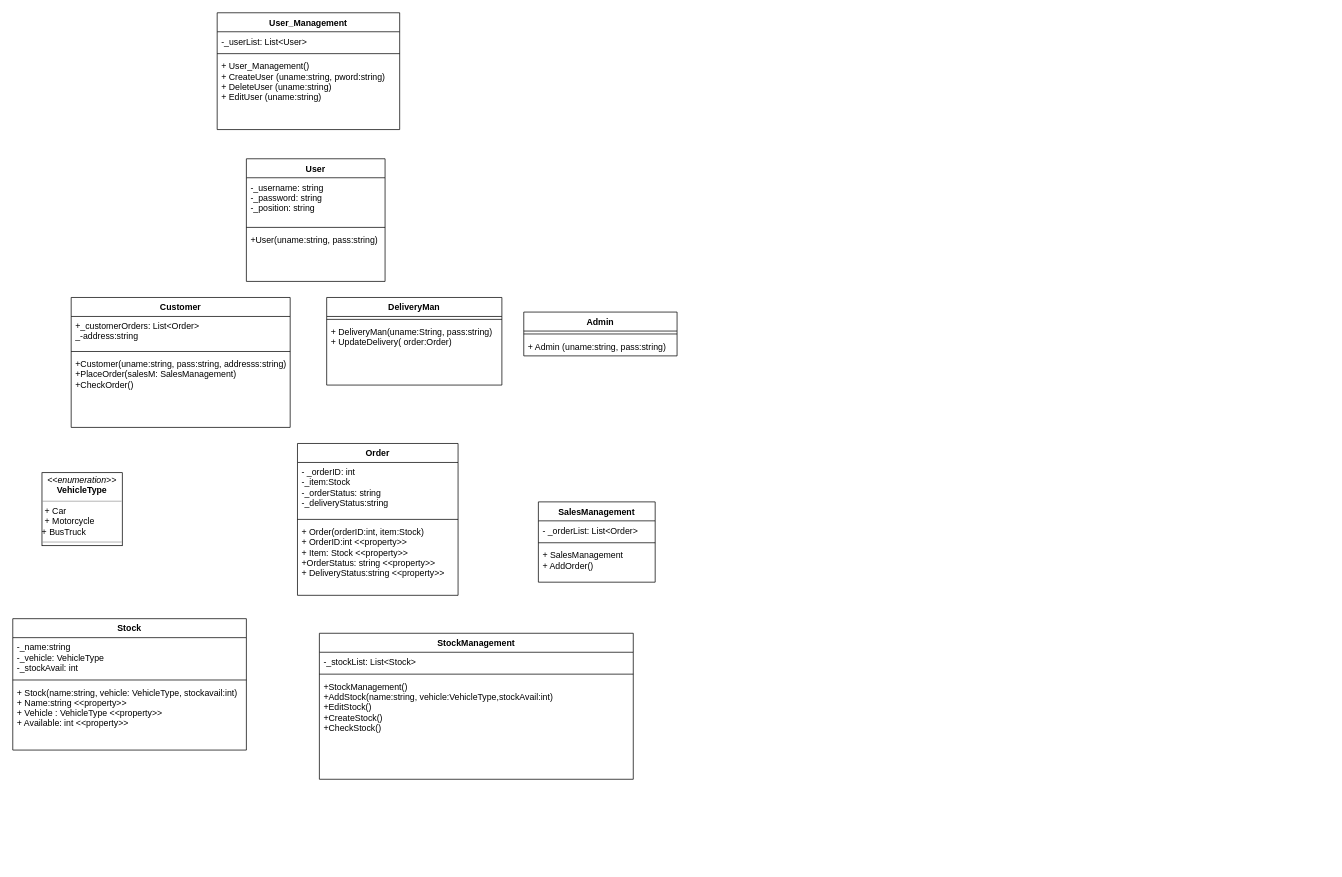
Above: PassTask13.drawio in LastMinuteBanter/DistinctionTaskUML (draw.io), before the change. Source tidied: cells renumbered, new cells numbered last; positions are measured from the earlier drawing's top-left corner, leaving out a move shared by most shapes. Both pictures are drawn from the tidied source at 73%, with x=0, y=0 at pixel (12, 12).
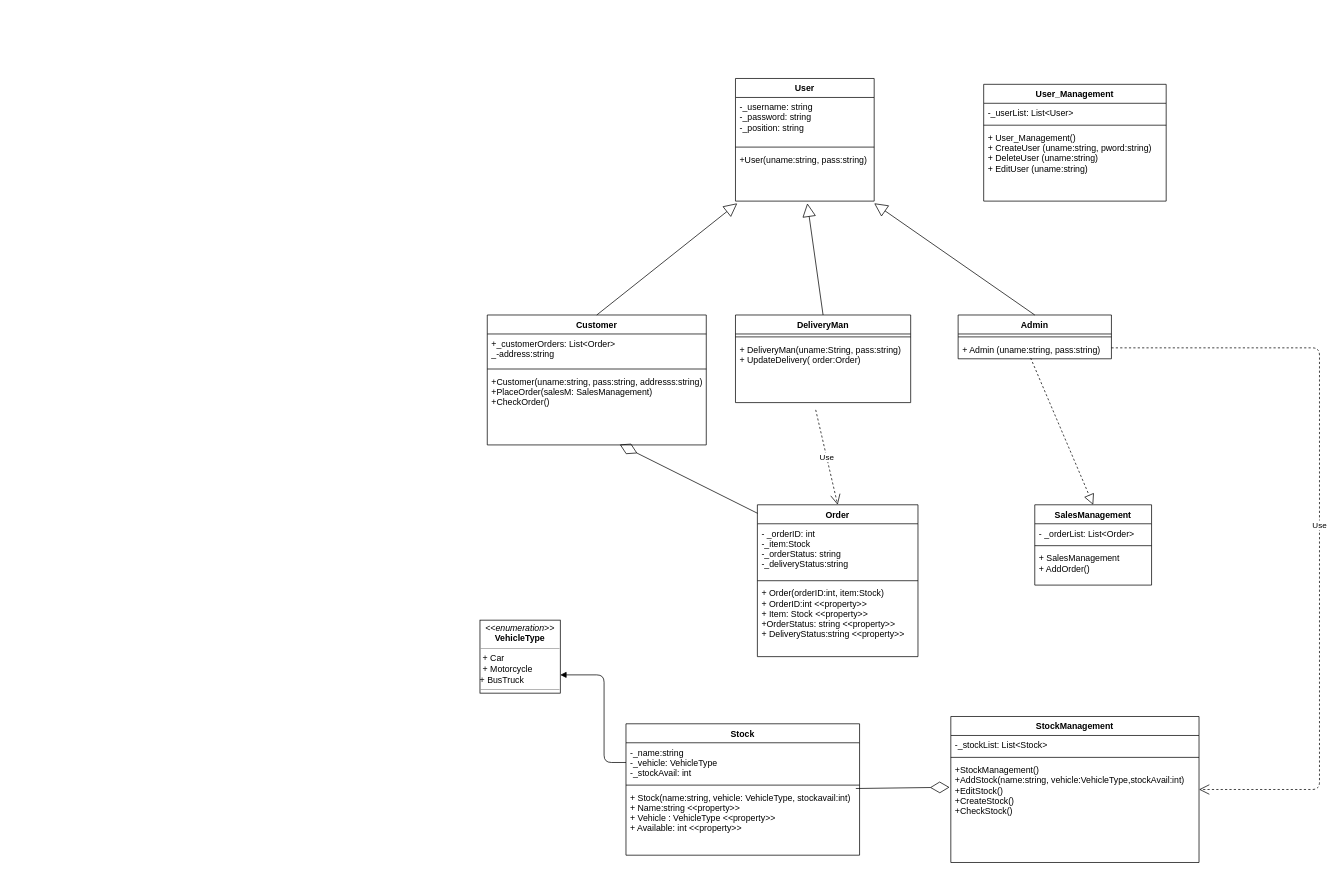
The same diagram, later.

Unchanged cells that the change refers to:
```xml
<mxCell id="9" value="+User(uname:string, pass:string)" style="text;strokeColor=none;fillColor=none;align=left;verticalAlign=top;spacingLeft=4;spacingRight=4;overflow=hidden;points=[[0,0.5],[1,0.5]];portConstraint=eastwest;" parent="6" vertex="1">
  <mxGeometry y="98" width="190" height="70" as="geometry" />
</mxCell>
<mxCell id="13" value="+Customer(uname:string, pass:string, addresss:string)&#10;+PlaceOrder(salesM: SalesManagement)&#10;+CheckOrder()&#10;" style="text;strokeColor=none;fillColor=none;align=left;verticalAlign=top;spacingLeft=4;spacingRight=4;overflow=hidden;points=[[0,0.5],[1,0.5]];portConstraint=eastwest;" parent="10" vertex="1">
  <mxGeometry y="78" width="300" height="100" as="geometry" />
</mxCell>
<mxCell id="16" value="+ DeliveryMan(uname:String, pass:string)&#10;+ UpdateDelivery( order:Order)&#10;" style="text;strokeColor=none;fillColor=none;align=left;verticalAlign=top;spacingLeft=4;spacingRight=4;overflow=hidden;points=[[0,0.5],[1,0.5]];portConstraint=eastwest;" parent="14" vertex="1">
  <mxGeometry y="34" width="240" height="86" as="geometry" />
</mxCell>
<mxCell id="19" value="+ Admin (uname:string, pass:string)" style="text;strokeColor=none;fillColor=none;align=left;verticalAlign=top;spacingLeft=4;spacingRight=4;overflow=hidden;points=[[0,0.5],[1,0.5]];portConstraint=eastwest;" parent="17" vertex="1">
  <mxGeometry y="34" width="210" height="26" as="geometry" />
</mxCell>
<mxCell id="29" value="-_name:string&#10;-_vehicle: VehicleType&#10;-_stockAvail: int&#10;" style="text;strokeColor=none;fillColor=none;align=left;verticalAlign=top;spacingLeft=4;spacingRight=4;overflow=hidden;points=[[0,0.5],[1,0.5]];portConstraint=eastwest;" parent="28" vertex="1">
  <mxGeometry y="26" width="320" height="54" as="geometry" />
</mxCell>
<mxCell id="31" value="+ Stock(name:string, vehicle: VehicleType, stockavail:int)&#10;+ Name:string &lt;&lt;property&gt;&gt;&#10;+ Vehicle : VehicleType &lt;&lt;property&gt;&gt;&#10;+ Available: int &lt;&lt;property&gt;&gt;&#10;" style="text;strokeColor=none;fillColor=none;align=left;verticalAlign=top;spacingLeft=4;spacingRight=4;overflow=hidden;points=[[0,0.5],[1,0.5]];portConstraint=eastwest;" parent="28" vertex="1">
  <mxGeometry y="88" width="320" height="92" as="geometry" />
</mxCell>
```

The edit, as a diff of the source:
```diff
@@
     <mxCell id="2" value="User_Management" style="swimlane;fontStyle=1;align=center;verticalAlign=top;horizontal=1;startSize=26;" parent="1" vertex="1">
-      <mxGeometry x="280" width="250" height="160" as="geometry" />
+      <mxGeometry x="1330" y="98" width="250" height="160" as="geometry" />
     </mxCell>
@@
     <mxCell id="6" value="User" style="swimlane;fontStyle=1;align=center;verticalAlign=top;horizontal=1;startSize=26;" parent="1" vertex="1">
-      <mxGeometry x="320" y="200" width="190" height="168" as="geometry" />
+      <mxGeometry x="990" y="90" width="190" height="168" as="geometry" />
     </mxCell>
@@
     <mxCell id="10" value="Customer" style="swimlane;fontStyle=1;align=center;verticalAlign=top;horizontal=1;startSize=26;" parent="1" vertex="1">
-      <mxGeometry x="80" y="390" width="300" height="178" as="geometry" />
+      <mxGeometry x="650" y="414" width="300" height="178" as="geometry" />
     </mxCell>
@@
     <mxCell id="14" value="DeliveryMan" style="swimlane;fontStyle=1;align=center;verticalAlign=top;horizontal=1;startSize=26;" parent="1" vertex="1">
-      <mxGeometry x="430" y="390" width="240" height="120" as="geometry" />
+      <mxGeometry x="990" y="414" width="240" height="120" as="geometry" />
     </mxCell>
@@
     <mxCell id="17" value="Admin" style="swimlane;fontStyle=1;align=center;verticalAlign=top;horizontal=1;startSize=26;" parent="1" vertex="1">
-      <mxGeometry x="700" y="410" width="210" height="60" as="geometry" />
+      <mxGeometry x="1295" y="414" width="210" height="60" as="geometry" />
     </mxCell>
@@
     <mxCell id="20" value="Order" style="swimlane;fontStyle=1;align=center;verticalAlign=top;horizontal=1;startSize=26;" parent="1" vertex="1">
-      <mxGeometry x="390" y="590" width="220" height="208" as="geometry" />
+      <mxGeometry x="1020" y="674" width="220" height="208" as="geometry" />
     </mxCell>
@@
     <mxCell id="24" value="SalesManagement" style="swimlane;fontStyle=1;align=center;verticalAlign=top;horizontal=1;startSize=26;" parent="1" vertex="1">
-      <mxGeometry x="720" y="670" width="160" height="110" as="geometry" />
+      <mxGeometry x="1400" y="674" width="160" height="110" as="geometry" />
     </mxCell>
@@
     <mxCell id="28" value="Stock" style="swimlane;fontStyle=1;align=center;verticalAlign=top;horizontal=1;startSize=26;" parent="1" vertex="1">
-      <mxGeometry y="830" width="320" height="180" as="geometry" />
+      <mxGeometry x="840" y="974" width="320" height="180" as="geometry" />
     </mxCell>
@@
     <mxCell id="32" value="StockManagement" style="swimlane;fontStyle=1;align=center;verticalAlign=top;horizontal=1;startSize=26;" parent="1" vertex="1">
-      <mxGeometry x="420" y="850" width="430" height="200" as="geometry" />
+      <mxGeometry x="1285" y="964" width="340" height="200" as="geometry" />
     </mxCell>
     <mxCell id="33" value="-_stockList: List&lt;Stock&gt;" style="text;strokeColor=none;fillColor=none;align=left;verticalAlign=top;spacingLeft=4;spacingRight=4;overflow=hidden;" parent="32" vertex="1">
-      <mxGeometry y="26" width="430" height="26" as="geometry" />
+      <mxGeometry y="26" width="340" height="26" as="geometry" />
     </mxCell>
     <mxCell id="34" style="line;strokeWidth=1;fillColor=none;align=left;verticalAlign=middle;spacingTop=-1;spacingLeft=3;spacingRight=3;labelPosition=right;" parent="32" vertex="1">
-      <mxGeometry y="52" width="430" height="8" as="geometry" />
+      <mxGeometry y="52" width="340" height="8" as="geometry" />
     </mxCell>
     <mxCell id="35" value="+StockManagement()&#10;+AddStock(name:string, vehicle:VehicleType,stockAvail:int)&#10;+EditStock()&#10;+CreateStock()&#10;+CheckStock()&#10;" style="text;strokeColor=none;fillColor=none;align=left;verticalAlign=top;spacingLeft=4;spacingRight=4;overflow=hidden;points=[[0,0.5],[1,0.5]];portConstraint=eastwest;" parent="32" vertex="1">
-      <mxGeometry y="60" width="430" height="140" as="geometry" />
+      <mxGeometry y="60" width="340" height="140" as="geometry" />
     </mxCell>
     <mxCell id="36" value="&lt;p style=&quot;margin: 0px ; margin-top: 4px ; text-align: center&quot;&gt;&lt;i&gt;&amp;lt;&amp;lt;enumeration&amp;gt;&amp;gt;&lt;/i&gt;&lt;br&gt;&lt;b&gt;VehicleType&lt;/b&gt;&lt;/p&gt;&lt;hr size=&quot;1&quot;&gt;&lt;p style=&quot;margin: 0px ; margin-left: 4px&quot;&gt;+ Car&lt;/p&gt;&lt;p style=&quot;margin: 0px ; margin-left: 4px&quot;&gt;+ Motorcycle&lt;/p&gt;+ BusTruck&lt;hr size=&quot;1&quot;&gt;" style="verticalAlign=top;align=left;overflow=fill;fontSize=12;fontFamily=Helvetica;html=1;" parent="1" vertex="1">
-      <mxGeometry x="40" y="630" width="110" height="100" as="geometry" />
+      <mxGeometry x="640" y="832" width="110" height="100" as="geometry" />
     </mxCell>
+    <mxCell id="37" style="endArrow=block;endSize=16;endFill=0;html=1;entryX=0.013;entryY=1.043;entryDx=0;entryDy=0;entryPerimeter=0;exitX=0.5;exitY=0;exitDx=0;exitDy=0;" parent="1" edge="1" source="10" target="9">
+      <mxGeometry relative="1" as="geometry" />
+    </mxCell>
+    <mxCell id="38" style="endArrow=block;endSize=16;endFill=0;html=1;entryX=0.518;entryY=1.043;entryDx=0;entryDy=0;entryPerimeter=0;exitX=0.5;exitY=0;exitDx=0;exitDy=0;" parent="1" edge="1" source="14" target="9">
+      <mxGeometry relative="1" as="geometry" />
+    </mxCell>
+    <mxCell id="39" style="endArrow=block;endSize=16;endFill=0;html=1;entryX=1;entryY=1.043;entryDx=0;entryDy=0;entryPerimeter=0;exitX=0.5;exitY=0;exitDx=0;exitDy=0;" parent="1" edge="1" source="17" target="9">
+      <mxGeometry relative="1" as="geometry" />
+    </mxCell>
+    <mxCell id="40" style="endArrow=diamondThin;endFill=0;endSize=24;html=1;entryX=0.605;entryY=0.994;entryDx=0;entryDy=0;entryPerimeter=0;exitX=0.001;exitY=0.056;exitDx=0;exitDy=0;exitPerimeter=0;" parent="1" edge="1" source="20" target="13">
+      <mxGeometry relative="1" as="geometry" />
+    </mxCell>
+    <mxCell id="41" value="Use" style="endArrow=open;endSize=12;dashed=1;html=1;exitX=0.458;exitY=1.116;exitDx=0;exitDy=0;exitPerimeter=0;entryX=0.5;entryY=0;entryDx=0;entryDy=0;" parent="1" edge="1" source="16" target="20">
+      <mxGeometry relative="1" as="geometry" />
+    </mxCell>
+    <mxCell id="42" style="endArrow=block;dashed=1;endFill=0;endSize=12;html=1;entryX=0.5;entryY=0;entryDx=0;entryDy=0;exitX=0.473;exitY=0.956;exitDx=0;exitDy=0;exitPerimeter=0;" parent="1" edge="1" source="19" target="24">
+      <mxGeometry relative="1" as="geometry" />
+    </mxCell>
+    <mxCell id="43" style="endArrow=diamondThin;endFill=0;endSize=24;html=1;entryX=-0.005;entryY=0.264;entryDx=0;entryDy=0;entryPerimeter=0;exitX=0.984;exitY=0.007;exitDx=0;exitDy=0;exitPerimeter=0;" parent="1" edge="1" source="31" target="35">
+      <mxGeometry relative="1" as="geometry" />
+    </mxCell>
+    <mxCell id="44" style="endArrow=block;endFill=1;html=1;edgeStyle=orthogonalEdgeStyle;align=left;verticalAlign=top;entryX=1;entryY=0.75;entryDx=0;entryDy=0;exitX=0;exitY=0.5;exitDx=0;exitDy=0;" parent="1" edge="1" source="29" target="36">
+      <mxGeometry x="-1" relative="1" as="geometry">
+        <Array as="points">
+          <mxPoint x="810" y="1027" />
+          <mxPoint x="810" y="907" />
+        </Array>
+      </mxGeometry>
+    </mxCell>
+    <mxCell id="45" style="html=1;align=left;verticalAlign=bottom;labelBackgroundColor=#ffffff;fontSize=10;" parent="44" vertex="1">
+      <mxGeometry x="-1" relative="1" as="geometry" />
+    </mxCell>
+    <mxCell id="46" value="Use" style="endArrow=open;endSize=12;dashed=1;html=1;exitX=1;exitY=0.75;exitDx=0;exitDy=0;entryX=1;entryY=0.5;entryDx=0;entryDy=0;" parent="1" edge="1" source="17" target="32">
+      <mxGeometry relative="1" as="geometry">
+        <Array as="points">
+          <mxPoint x="1790" y="459" />
+          <mxPoint x="1790" y="1064" />
+        </Array>
+      </mxGeometry>
+    </mxCell>
```
